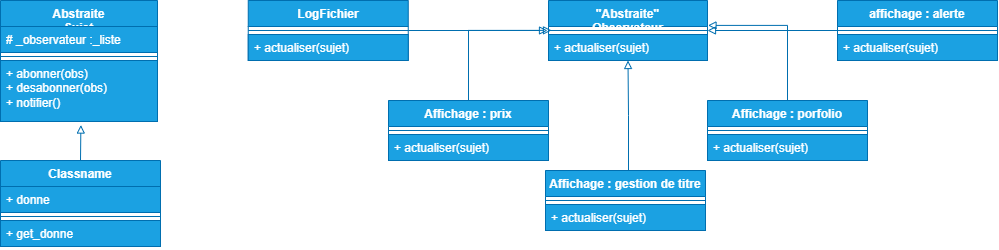
Before: Uml.drawio.png, a diagram exported from draw.io (kev-23-hib/420-3D3-TP1-A26). Source tidied: cells renumbered, new cells last; positions are measured from the earlier drawing's top-left corner, leaving out a move shared by most shapes.
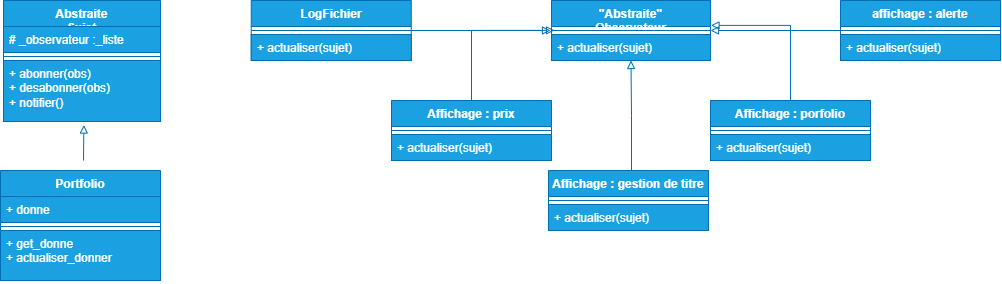
After the commit.

Commit message:
Modification du diagramme UML

Change to the diagram source:
```diff
@@ -92,8 +92,8 @@
         <mxPoint x="80" y="160" as="sourcePoint" />
       </mxGeometry>
     </mxCell>
-    <mxCell id="30" value="Classname" style="swimlane;fontStyle=1;align=center;verticalAlign=top;horizontal=1;startSize=26;whiteSpace=wrap;html=1;fillColor=#1ba1e2;strokeColor=#006EAF;fontColor=#ffffff;" parent="1" vertex="1">
-      <mxGeometry y="160" width="160" height="86" as="geometry" />
+    <mxCell id="30" value="Portfolio" style="swimlane;fontStyle=1;align=center;verticalAlign=top;horizontal=1;startSize=26;whiteSpace=wrap;html=1;fillColor=#1ba1e2;strokeColor=#006EAF;fontColor=#ffffff;" parent="1" vertex="1">
+      <mxGeometry x="-3" y="170" width="160" height="110" as="geometry" />
     </mxCell>
     <mxCell id="31" value="+ donne&amp;nbsp;" style="text;fillColor=#1ba1e2;align=left;verticalAlign=top;spacingLeft=4;spacingRight=4;overflow=hidden;whiteSpace=wrap;html=1;strokeColor=#006EAF;fontColor=#ffffff;" parent="30" vertex="1">
       <mxGeometry y="26" width="160" height="26" as="geometry" />
@@ -101,8 +101,8 @@
     <mxCell id="32" style="line;strokeWidth=1;fillColor=#1ba1e2;align=left;verticalAlign=middle;spacingTop=-1;spacingLeft=3;spacingRight=3;labelPosition=right;strokeColor=#006EAF;fontColor=#ffffff;" parent="30" vertex="1">
       <mxGeometry y="52" width="160" height="8" as="geometry" />
     </mxCell>
-    <mxCell id="33" value="+ get_donne&amp;nbsp;" style="text;fillColor=#1ba1e2;align=left;verticalAlign=top;spacingLeft=4;spacingRight=4;overflow=hidden;whiteSpace=wrap;html=1;strokeColor=#006EAF;fontColor=#ffffff;" parent="30" vertex="1">
-      <mxGeometry y="60" width="160" height="26" as="geometry" />
+    <mxCell id="33" value="+ get_donne&amp;nbsp;&lt;div&gt;+ actualiser_donner&amp;nbsp;&lt;/div&gt;" style="text;fillColor=#1ba1e2;align=left;verticalAlign=top;spacingLeft=4;spacingRight=4;overflow=hidden;whiteSpace=wrap;html=1;strokeColor=#006EAF;fontColor=#ffffff;" parent="30" vertex="1">
+      <mxGeometry y="60" width="160" height="50" as="geometry" />
     </mxCell>
   </root>
 </mxGraphModel>
```
